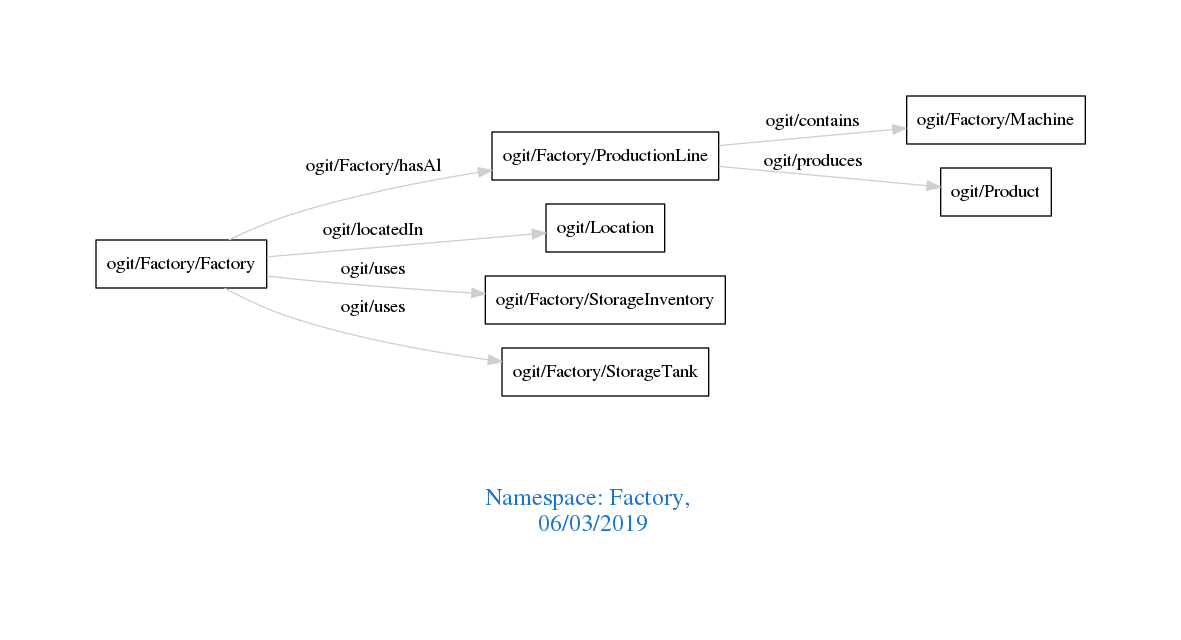
arago/OGIT keeps this Graphviz diagram as downloads/Factory.png. Above is the earlier version. Its source is kept beside it as downloads/Factory.dot.
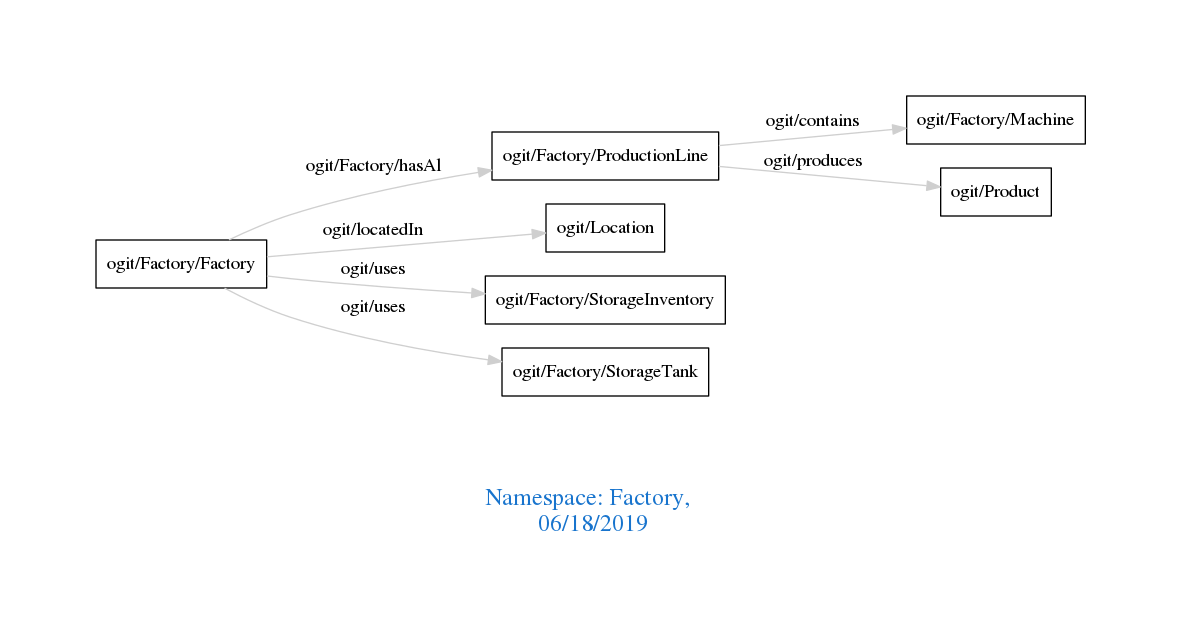
Above is the later version.

What changed in the source:
```diff
@@ -1,7 +1,7 @@
 digraph OGIT_ontology {
  graph [ rankdir= LR,pad=1
 fontsize = 18,
-fontcolor= dodgerblue3,label = "\n\n\nNamespace: Factory, \n 06/03/2019"];
+fontcolor= dodgerblue3,label = "\n\n\nNamespace: Factory, \n 06/18/2019"];
 node[shape=polygon];
 edge [  color="gray81"];
 
```
